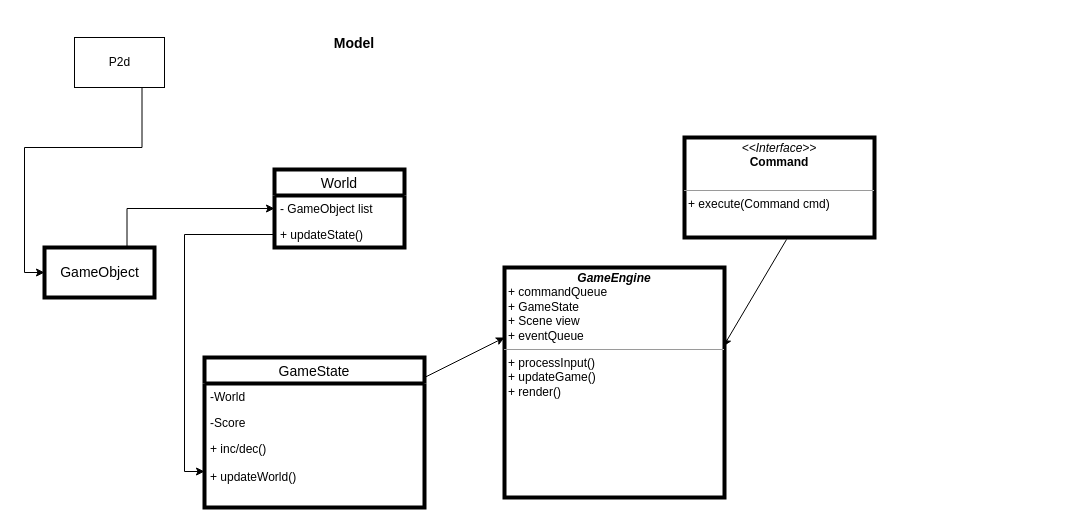
Fraloha/OOP20-bomber1 keeps this draw.io diagram as report/Uml.drawio. Above is the earlier version. Source tidied: cells renumbered, new cells numbered last; positions are measured from the earlier drawing's top-left corner, leaving out a move shared by most shapes. Both pictures are drawn from the tidied source at 100%, with x=0, y=0 at pixel (24, 17).
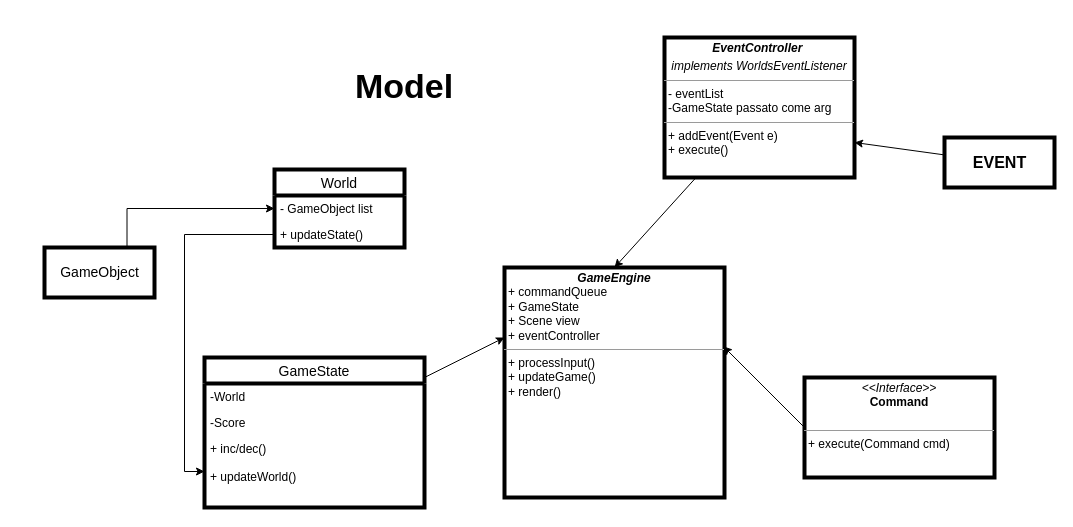
Above is the later version.

Unchanged cells that the change refers to:
```xml
<mxCell id="6" value="GameObject&lt;br&gt;" style="html=1;strokeWidth=4;fontSize=14;" parent="1" vertex="1">
  <mxGeometry x="20" y="230" width="110" height="50" as="geometry" />
</mxCell>
```

The edit, as a diff of the source:
```diff
@@
-    <mxCell id="2" style="edgeStyle=orthogonalEdgeStyle;rounded=0;jettySize=auto;html=1;exitX=0.75;exitY=1;exitDx=0;exitDy=0;entryX=0;entryY=0.5;entryDx=0;entryDy=0;fontSize=14;" parent="1" edge="1" source="3" target="6">
-      <mxGeometry relative="1" as="geometry">
-        <Array as="points">
-          <mxPoint x="118" y="130" />
-          <mxPoint y="130" />
-          <mxPoint y="255" />
-        </Array>
-      </mxGeometry>
-    </mxCell>
-    <mxCell id="3" value="P2d" style="html=1;" parent="1" vertex="1">
-      <mxGeometry x="50" y="20" width="90" height="50" as="geometry" />
-    </mxCell>
-    <mxCell id="4" value="Model" style="text;align=center;fontStyle=1;verticalAlign=middle;spacingLeft=3;spacingRight=3;strokeColor=none;strokeWidth=4;fontSize=14;" parent="1" vertex="1">
-      <mxGeometry x="250" width="160" height="50" as="geometry" />
+    <mxCell id="4" value="Model" style="text;align=center;fontStyle=1;verticalAlign=middle;spacingLeft=3;spacingRight=3;strokeColor=none;strokeWidth=4;fontSize=34;" parent="1" vertex="1">
+      <mxGeometry x="300" y="40" width="160" height="50" as="geometry" />
     </mxCell>
@@
-    <mxCell id="15" value="&lt;p style=&quot;margin: 0px ; margin-top: 4px ; text-align: center&quot;&gt;&lt;i&gt;&lt;b&gt;GameEngine&lt;/b&gt;&lt;/i&gt;&lt;br&gt;&lt;/p&gt;&lt;p style=&quot;margin: 0px ; margin-left: 4px&quot;&gt;+ commandQueue&lt;/p&gt;&lt;p style=&quot;margin: 0px ; margin-left: 4px&quot;&gt;+ GameState&lt;/p&gt;&lt;p style=&quot;margin: 0px ; margin-left: 4px&quot;&gt;+ Scene view&lt;/p&gt;&lt;p style=&quot;margin: 0px ; margin-left: 4px&quot;&gt;+ eventQueue&lt;/p&gt;&lt;hr size=&quot;1&quot;&gt;&lt;p style=&quot;margin: 0px ; margin-left: 4px&quot;&gt;+ processInput()&lt;br&gt;+ updateGame()&lt;/p&gt;&lt;p style=&quot;margin: 0px ; margin-left: 4px&quot;&gt;+ render()&lt;/p&gt;" style="verticalAlign=top;align=left;overflow=fill;fontSize=12;fontFamily=Helvetica;html=1;strokeWidth=4;" parent="1" vertex="1">
+    <mxCell id="15" value="&lt;p style=&quot;margin: 0px ; margin-top: 4px ; text-align: center&quot;&gt;&lt;i&gt;&lt;b&gt;GameEngine&lt;/b&gt;&lt;/i&gt;&lt;br&gt;&lt;/p&gt;&lt;p style=&quot;margin: 0px ; margin-left: 4px&quot;&gt;+ commandQueue&lt;/p&gt;&lt;p style=&quot;margin: 0px ; margin-left: 4px&quot;&gt;+ GameState&lt;/p&gt;&lt;p style=&quot;margin: 0px ; margin-left: 4px&quot;&gt;+ Scene view&lt;/p&gt;&lt;p style=&quot;margin: 0px ; margin-left: 4px&quot;&gt;+ eventController&lt;/p&gt;&lt;hr size=&quot;1&quot;&gt;&lt;p style=&quot;margin: 0px ; margin-left: 4px&quot;&gt;+ processInput()&lt;br&gt;+ updateGame()&lt;/p&gt;&lt;p style=&quot;margin: 0px ; margin-left: 4px&quot;&gt;+ render()&lt;/p&gt;" style="verticalAlign=top;align=left;overflow=fill;fontSize=12;fontFamily=Helvetica;html=1;strokeWidth=4;" parent="1" vertex="1">
       <mxGeometry x="480" y="250" width="220" height="230" as="geometry" />
     </mxCell>
     <mxCell id="16" value="&lt;p style=&quot;margin: 0px ; margin-top: 4px ; text-align: center&quot;&gt;&lt;i&gt;&amp;lt;&amp;lt;Interface&amp;gt;&amp;gt;&lt;/i&gt;&lt;br&gt;&lt;b&gt;Command&lt;/b&gt;&lt;/p&gt;&lt;p style=&quot;margin: 0px ; margin-left: 4px&quot;&gt;&lt;br&gt;&lt;/p&gt;&lt;hr size=&quot;1&quot;&gt;&lt;p style=&quot;margin: 0px ; margin-left: 4px&quot;&gt;+ execute(Command cmd)&lt;/p&gt;" style="verticalAlign=top;align=left;overflow=fill;fontSize=12;fontFamily=Helvetica;html=1;strokeWidth=4;" parent="1" vertex="1">
-      <mxGeometry x="660" y="120" width="190" height="100" as="geometry" />
+      <mxGeometry x="780" y="360" width="190" height="100" as="geometry" />
     </mxCell>
-    <mxCell id="17" style="endArrow=classic;html=1;fontSize=14;entryX=0.995;entryY=0.343;entryDx=0;entryDy=0;entryPerimeter=0;exitX=0.537;exitY=1.02;exitDx=0;exitDy=0;exitPerimeter=0;" parent="1" edge="1" source="16" target="15">
-      <mxGeometry relative="1" as="geometry" />
+    <mxCell id="17" style="endArrow=classic;html=1;fontSize=14;entryX=0.995;entryY=0.343;entryDx=0;entryDy=0;entryPerimeter=0;" parent="1" edge="1" target="15">
+      <mxGeometry relative="1" as="geometry">
+        <mxPoint x="780" y="410" as="sourcePoint" />
+      </mxGeometry>
     </mxCell>
@@
+    <mxCell id="20" value="&lt;p style=&quot;margin: 0px ; margin-top: 4px ; text-align: center&quot;&gt;&lt;i&gt;&lt;b&gt;EventController&amp;nbsp;&lt;/b&gt;&lt;/i&gt;&lt;/p&gt;&lt;p style=&quot;margin: 0px ; margin-top: 4px ; text-align: center&quot;&gt;&lt;i&gt;implements WorldsEventListener&lt;/i&gt;&lt;/p&gt;&lt;hr size=&quot;1&quot;&gt;&lt;p style=&quot;margin: 0px ; margin-left: 4px&quot;&gt;- eventList&lt;br&gt;&lt;/p&gt;&lt;p style=&quot;margin: 0px ; margin-left: 4px&quot;&gt;-GameState passato come arg&lt;/p&gt;&lt;hr size=&quot;1&quot;&gt;&lt;p style=&quot;margin: 0px ; margin-left: 4px&quot;&gt;+ addEvent(Event e)&lt;/p&gt;&lt;p style=&quot;margin: 0px ; margin-left: 4px&quot;&gt;+ execute()&lt;/p&gt;" style="verticalAlign=top;align=left;overflow=fill;fontSize=12;fontFamily=Helvetica;html=1;strokeWidth=4;" parent="1" vertex="1">
+      <mxGeometry x="640" y="20" width="190" height="140" as="geometry" />
+    </mxCell>
+    <mxCell id="21" style="endArrow=classic;html=1;fontSize=14;entryX=0.5;entryY=0;entryDx=0;entryDy=0;" parent="1" edge="1" source="20" target="15">
+      <mxGeometry relative="1" as="geometry" />
+    </mxCell>
+    <mxCell id="22" value="EVENT" style="html=1;strokeWidth=4;fontSize=16;fontStyle=1;" parent="1" vertex="1">
+      <mxGeometry x="920" y="120" width="110" height="50" as="geometry" />
+    </mxCell>
+    <mxCell id="23" style="endArrow=classic;html=1;fontSize=14;entryX=1;entryY=0.75;entryDx=0;entryDy=0;" parent="1" edge="1" source="22" target="20">
+      <mxGeometry relative="1" as="geometry" />
+    </mxCell>
```
